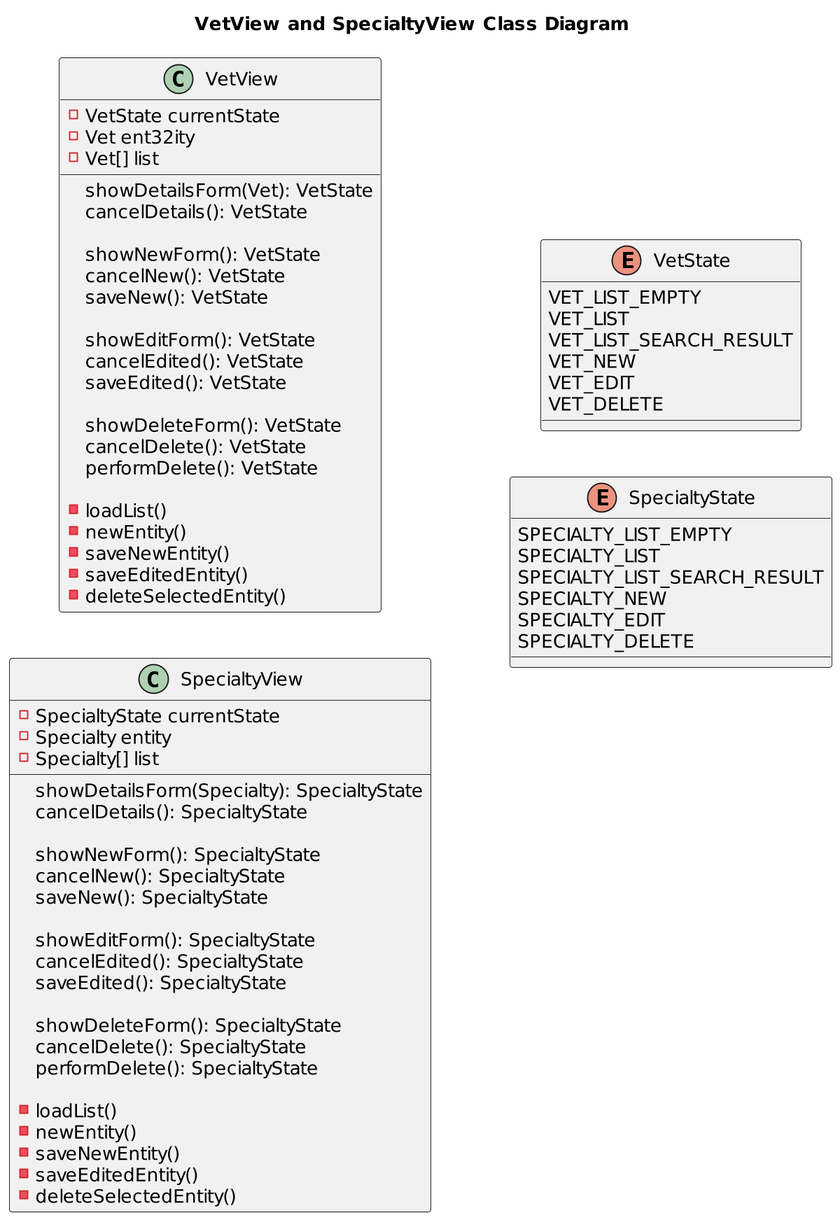
Above: etc/uml/vet/Vet__View__Class.png in Jakarta-EE-Petclinic/petclinic-jakartaee (PlantUML), before the change.
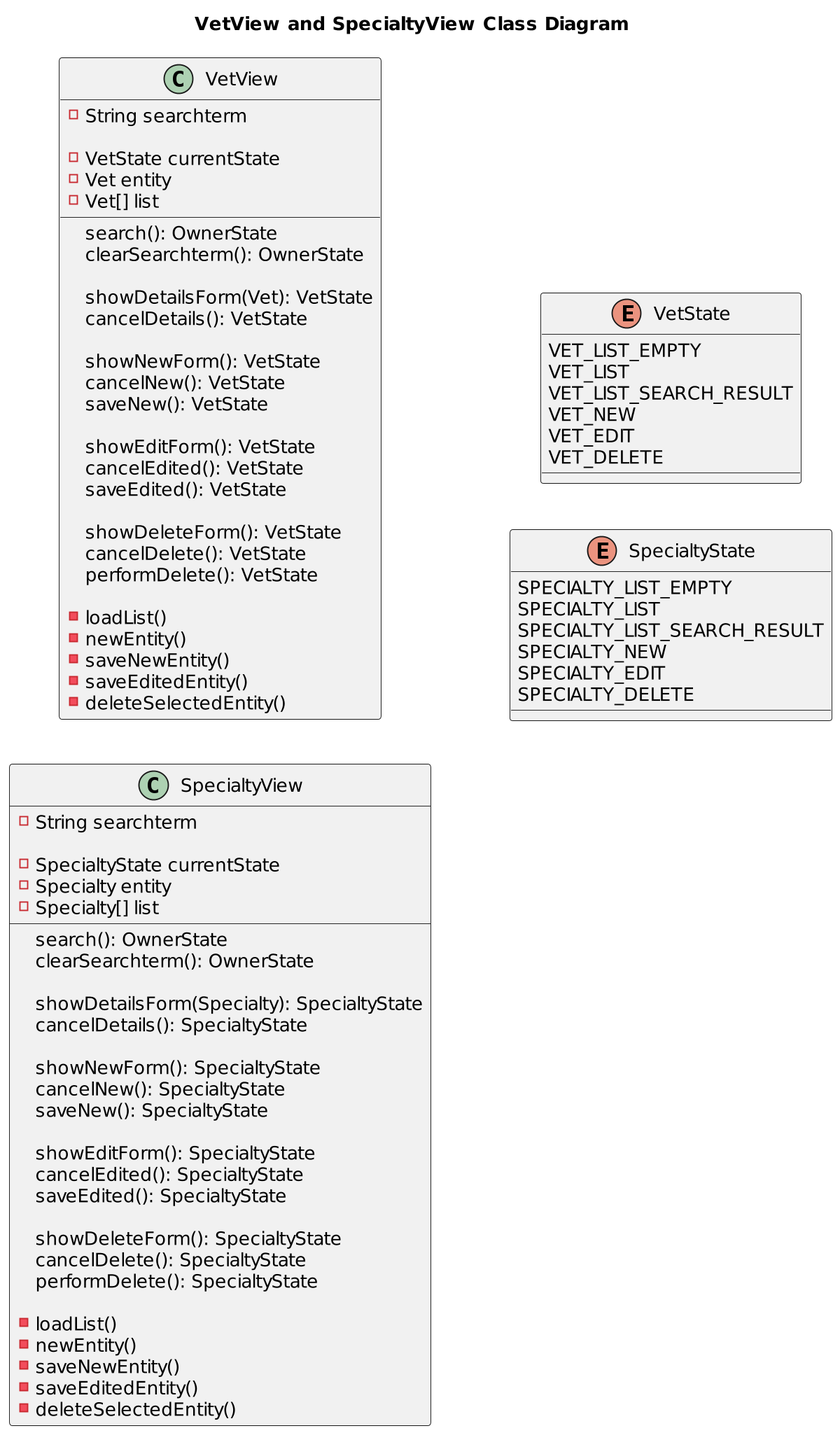
The same diagram one commit later.

The edit, as a diff of the source:
```diff
@@ -8,9 +8,14 @@
 
 class VetView {
 
+    - String searchterm
+
     - VetState currentState
-    - Vet ent32ity
+    - Vet entity
     - Vet[] list
+
+    search(): OwnerState
+    clearSearchterm(): OwnerState
 
     showDetailsForm(Vet): VetState
     cancelDetails(): VetState
@@ -36,9 +41,14 @@
 
 class SpecialtyView {
 
+    - String searchterm
+
     - SpecialtyState currentState
     - Specialty entity
     - Specialty[] list
+
+    search(): OwnerState
+    clearSearchterm(): OwnerState
 
     showDetailsForm(Specialty): SpecialtyState
     cancelDetails(): SpecialtyState
```
